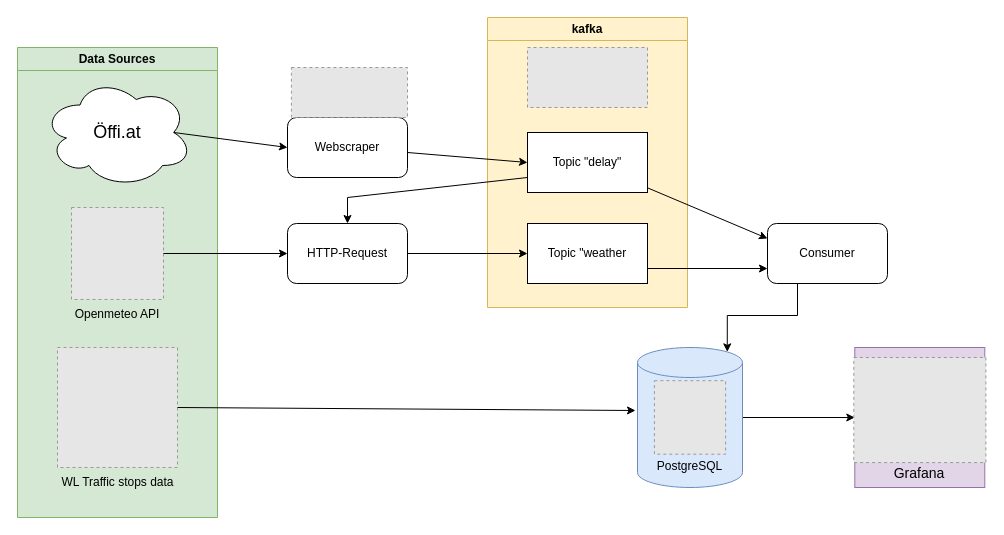
Earlier version of the draw.io diagram media/flowchart.drawio (toporek3112/vienna_public-transport_weather_correlation). Source tidied: cells renumbered, new cells numbered last; positions are measured from the earlier drawing's top-left corner, leaving out a move shared by most shapes. Both pictures are drawn from the tidied source at 100%, with x=0, y=0 at pixel (17, 17). Pictures stored in the file or linked from it are replaced by grey dashed boxes.
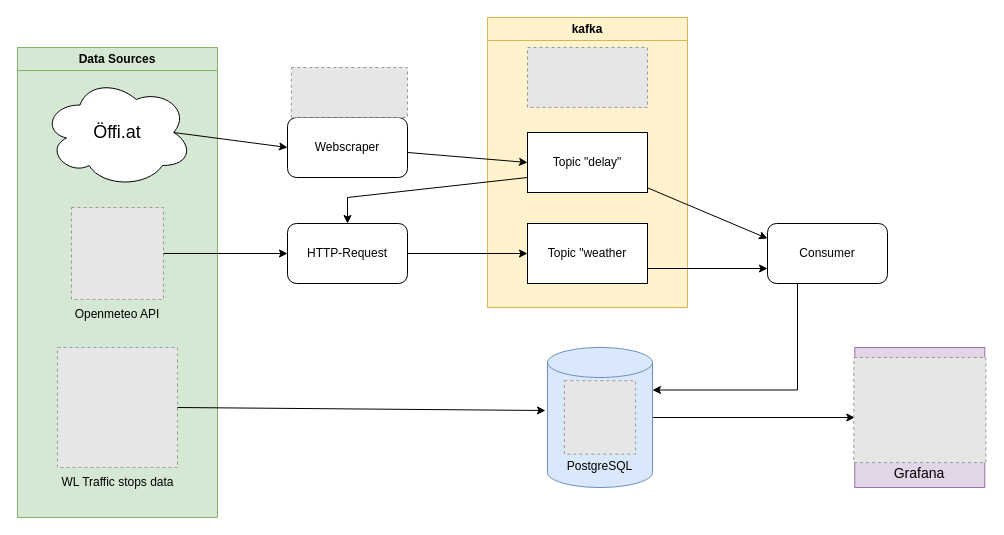
Above is the later version.

The change refers to these unchanged cells:
```xml
<mxCell id="20" value="Consumer" style="rounded=1;whiteSpace=wrap;html=1;" parent="1" vertex="1">
  <mxGeometry x="750" y="206" width="120" height="60" as="geometry" />
</mxCell>
```

What changed in the source:
```diff
@@
-    <mxCell id="23" style="edgeStyle=orthogonalEdgeStyle;rounded=0;jettySize=auto;html=1;exitX=0.25;exitY=1;exitDx=0;exitDy=0;entryX=0.855;entryY=0;entryDx=0;entryDy=4.35;entryPerimeter=0;" parent="1" edge="1" source="20" target="27">
-      <mxGeometry relative="1" as="geometry" />
+    <mxCell id="23" style="edgeStyle=orthogonalEdgeStyle;rounded=0;jettySize=auto;html=1;exitX=0.25;exitY=1;exitDx=0;exitDy=0;entryX=1;entryY=0;entryDx=0;entryDy=42.5;entryPerimeter=0;" parent="1" edge="1" source="20" target="27">
+      <mxGeometry relative="1" as="geometry">
+        <Array as="points">
+          <mxPoint x="780" y="373" />
+        </Array>
+      </mxGeometry>
     </mxCell>
@@
     <mxCell id="27" value="&lt;div&gt;&lt;br&gt;&lt;/div&gt;&lt;div&gt;&lt;br&gt;&lt;/div&gt;&lt;div&gt;&lt;br&gt;&lt;/div&gt;&lt;div&gt;&lt;br&gt;&lt;/div&gt;&lt;div&gt;&lt;br&gt;&lt;/div&gt;&lt;div&gt;PostgreSQL&lt;/div&gt;" style="shape=cylinder3;whiteSpace=wrap;html=1;boundedLbl=1;backgroundOutline=1;size=15;fillColor=#dae8fc;strokeColor=#6c8ebf;" parent="1" vertex="1">
-      <mxGeometry x="620" y="330" width="105" height="140" as="geometry" />
+      <mxGeometry x="530" y="330" width="105" height="140" as="geometry" />
     </mxCell>
     <mxCell id="28" style="fillColor=#E6E6E6;strokeColor=#999999;dashed=1;verticalLabelPosition=bottom;verticalAlign=top;" parent="1" vertex="1">
-      <mxGeometry x="636.9" y="363.2" width="71.2" height="73.5" as="geometry" />
+      <mxGeometry x="546.9" y="363.2" width="71.2" height="73.5" as="geometry" />
     </mxCell>
```
